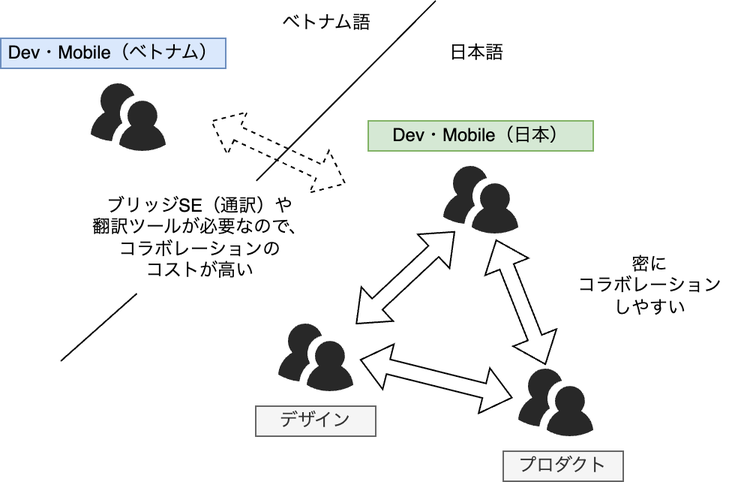
Before: images/continuous-delivery-by-multinational-team/language-barrier.png, a diagram exported from draw.io (shotaIDE/zenn). Source tidied: cells renumbered, new cells last; positions are measured from the earlier drawing's top-left corner, leaving out a move shared by most shapes.
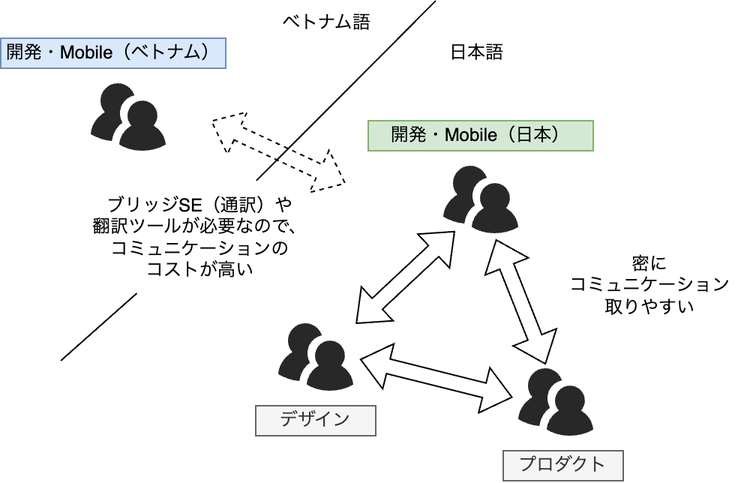
The same file after the commit.

What changed in the source:
```diff
@@ -2,10 +2,10 @@
   <root>
     <mxCell id="0" />
     <mxCell id="1" parent="0" />
-    <mxCell id="2" value="Dev・Mobile（日本）" style="rounded=0;whiteSpace=wrap;html=1;fillColor=#d5e8d4;strokeColor=#82b366;" parent="1" vertex="1">
+    <mxCell id="2" value="開発・Mobile（日本）" style="rounded=0;whiteSpace=wrap;html=1;fillColor=#d5e8d4;strokeColor=#82b366;" parent="1" vertex="1">
       <mxGeometry x="245" y="80" width="150" height="20" as="geometry" />
     </mxCell>
-    <mxCell id="3" value="Dev・Mobile（ベトナム）" style="rounded=0;whiteSpace=wrap;html=1;fillColor=#dae8fc;strokeColor=#6c8ebf;" parent="1" vertex="1">
+    <mxCell id="3" value="開発・Mobile（ベトナム）" style="rounded=0;whiteSpace=wrap;html=1;fillColor=#dae8fc;strokeColor=#6c8ebf;" parent="1" vertex="1">
       <mxGeometry y="25" width="150" height="20" as="geometry" />
     </mxCell>
     <mxCell id="4" style="verticalLabelPosition=bottom;sketch=0;html=1;fillColor=#282828;strokeColor=none;verticalAlign=top;align=center;shape=mxgraph.cisco_safe.people_places_things_icons.icon9;" parent="1" vertex="1">
@@ -52,7 +52,7 @@
         <mxPoint x="230" y="122" as="targetPoint" />
       </mxGeometry>
     </mxCell>
-    <mxCell id="17" value="密に&lt;br&gt;コラボレーション&lt;br&gt;しやすい" style="text;html=1;strokeColor=none;fillColor=none;align=center;verticalAlign=middle;whiteSpace=wrap;rounded=0;" parent="1" vertex="1">
+    <mxCell id="17" value="密に&lt;br&gt;コミュニケーション取りやすい" style="text;html=1;strokeColor=none;fillColor=none;align=center;verticalAlign=middle;whiteSpace=wrap;rounded=0;" parent="1" vertex="1">
       <mxGeometry x="375" y="165" width="116" height="50" as="geometry" />
     </mxCell>
     <mxCell id="18" style="endArrow=none;html=1;rounded=0;" parent="1" edge="1" target="19">
@@ -60,7 +60,7 @@
         <mxPoint x="40" y="240" as="sourcePoint" />
       </mxGeometry>
     </mxCell>
-    <mxCell id="19" value="ブリッジSE（通訳）や&lt;br&gt;翻訳ツールが必要なので、&lt;br&gt;コラボレーションの&lt;br&gt;コストが高い" style="text;html=1;strokeColor=none;fillColor=none;align=center;verticalAlign=middle;whiteSpace=wrap;rounded=0;" parent="1" vertex="1">
+    <mxCell id="19" value="ブリッジSE（通訳）や&lt;br&gt;翻訳ツールが必要なので、&lt;br&gt;コミュニケーションの&lt;br&gt;コストが高い" style="text;html=1;strokeColor=none;fillColor=none;align=center;verticalAlign=middle;whiteSpace=wrap;rounded=0;" parent="1" vertex="1">
       <mxGeometry x="60" y="120" width="146" height="75" as="geometry" />
     </mxCell>
   </root>
```
